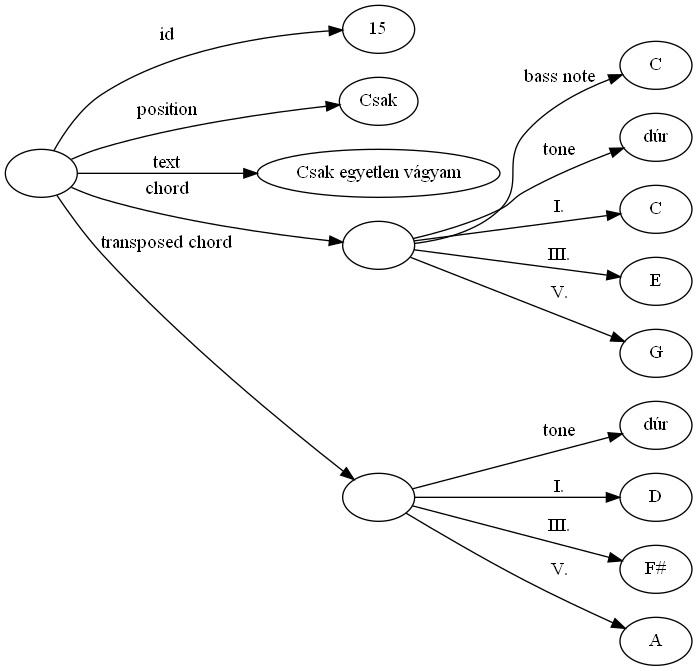
Above: szakdolgozat/images/img_src/rdf_graph_5.png in Ancsak01/szakdolgozat (Graphviz), before the change. Its source is kept beside it as szakdolgozat/images/img_src/rdf_graph_5.dot.
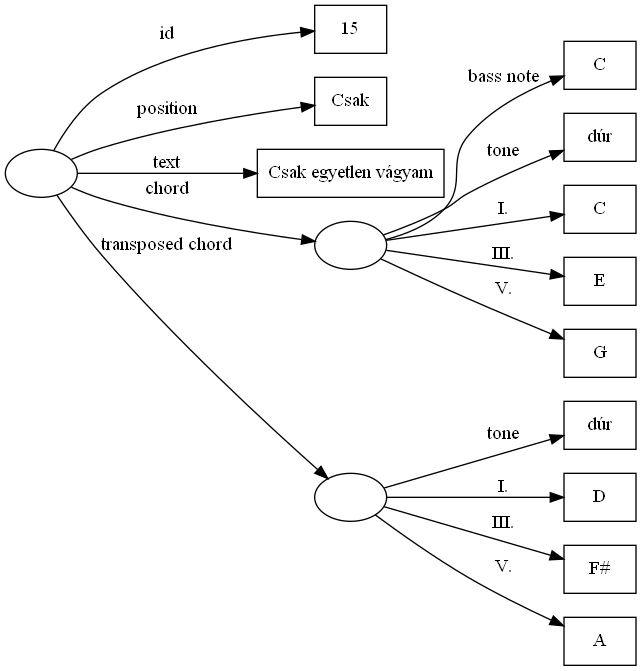
After the change.

What changed in the source:
```diff
@@ -1,20 +1,20 @@
 digraph g {
     rankdir=LR
     Segment [label=""]
-    ID [label="15"]
-    Position [label="Csak"]
-    Text [label="Csak egyetlen vágyam"]
-    Bass_note [label="C"]
+    ID [label="15" shape="box"]
+    Position [label="Csak" shape="box"]
+    Text [label="Csak egyetlen vágyam" shape="box"]
+    Bass_note [label="C" shape="box"]
     Chord [label=""]
-    Tone [label="dúr"]
-    Deg1 [label="C"]
-    Deg3 [label="E"]
-    Deg5 [label="G"]
+    Tone [label="dúr" shape="box"]
+    Deg1 [label="C" shape="box"]
+    Deg3 [label="E" shape="box"]
+    Deg5 [label="G" shape="box"]
     T_Chord [label=""]
-    T_Tone [label="dúr"]
-    T_Deg1 [label="D"]
-    T_Deg3 [label="F#"]
-    T_Deg5 [label="A"]
+    T_Tone [label="dúr" shape="box"]
+    T_Deg1 [label="D" shape="box"]
+    T_Deg3 [label="F#" shape="box"]
+    T_Deg5 [label="A" shape="box"]
     Segment -> ID [label="id"]
     Segment -> Position [label="position"]
     Segment -> Text [label="text"]
```
